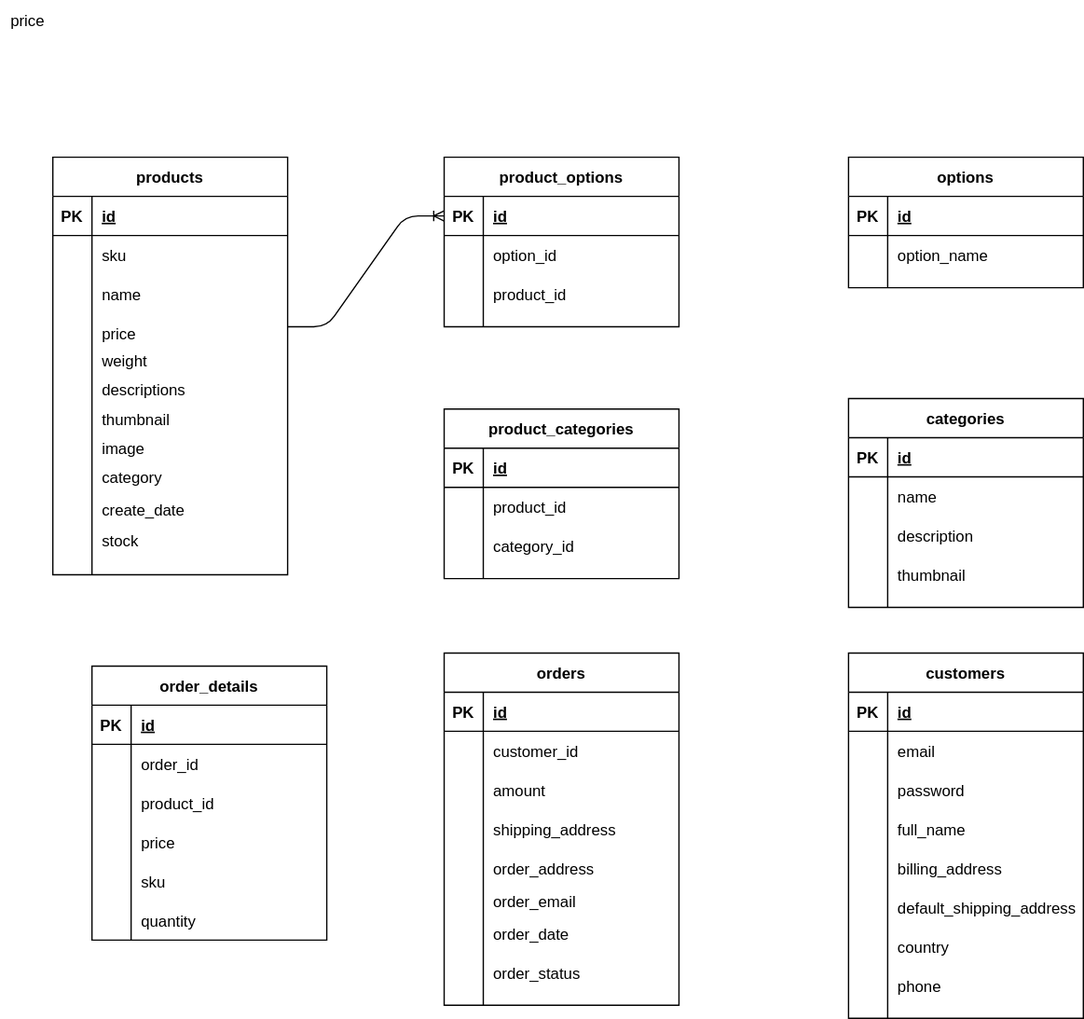
Above: Lesson 4 MSD.svg in amosTimi/Lesson_4 (draw.io), before the change. Source tidied: cells renumbered, new cells last; positions are measured from the earlier drawing's top-left corner, leaving out a move shared by most shapes.
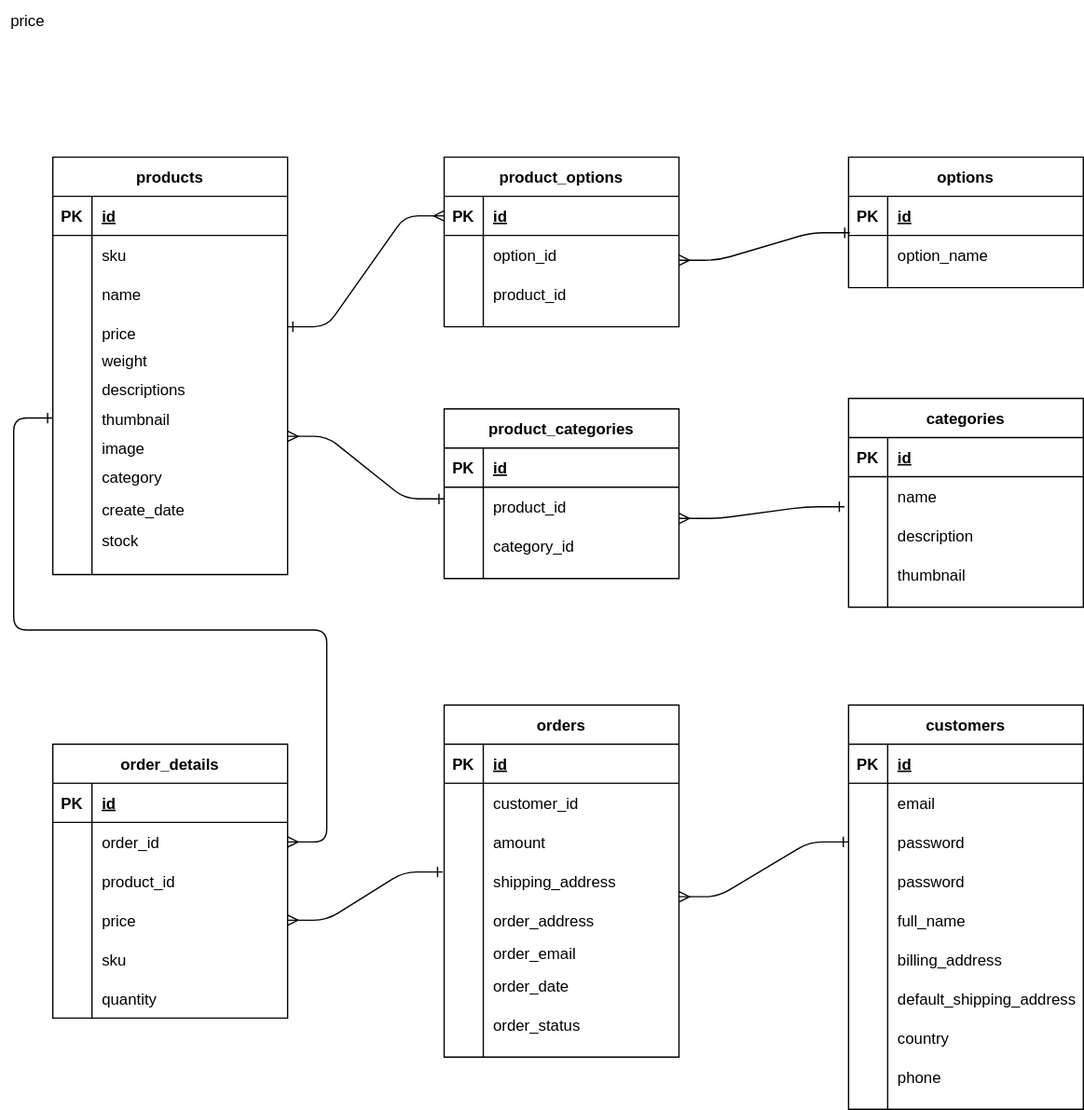
The same diagram one commit later.

The edit, as a diff of the source:
```diff
@@ -162,7 +162,7 @@
       <mxGeometry x="30" width="150" height="30" as="geometry" />
     </mxCell>
     <mxCell id="55" value="order_details" style="shape=table;startSize=30;rowLines=0;fontStyle=1;align=center;" parent="1" vertex="1">
-      <mxGeometry x="70" y="510" width="180" height="210" as="geometry" />
+      <mxGeometry x="40" y="570" width="180" height="210" as="geometry" />
     </mxCell>
     <mxCell id="56" style="shape=partialRectangle;fillColor=none;top=0;left=0;bottom=1;right=0;" parent="55" vertex="1">
       <mxGeometry y="30" width="180" height="30" as="geometry" />
@@ -219,7 +219,7 @@
       <mxGeometry x="30" width="150" height="30" as="geometry" />
     </mxCell>
     <mxCell id="74" value="orders" style="shape=table;startSize=30;rowLines=0;fontStyle=1;align=center;" parent="1" vertex="1">
-      <mxGeometry x="340" y="500" width="180" height="270" as="geometry" />
+      <mxGeometry x="340" y="540" width="180" height="270" as="geometry" />
     </mxCell>
     <mxCell id="75" style="shape=partialRectangle;fillColor=none;top=0;left=0;bottom=1;right=0;" parent="74" vertex="1">
       <mxGeometry y="30" width="180" height="30" as="geometry" />
@@ -294,7 +294,7 @@
       <mxGeometry x="30" width="150" height="30" as="geometry" />
     </mxCell>
     <mxCell id="99" value="customers" style="shape=table;startSize=30;rowLines=0;fontStyle=1;align=center;" parent="1" vertex="1">
-      <mxGeometry x="650" y="500" width="180" height="280" as="geometry" />
+      <mxGeometry x="650" y="540" width="180" height="310" as="geometry" />
     </mxCell>
     <mxCell id="100" style="shape=partialRectangle;fillColor=none;top=0;left=0;bottom=1;right=0;" parent="99" vertex="1">
       <mxGeometry y="30" width="180" height="30" as="geometry" />
@@ -314,8 +314,17 @@
     <mxCell id="105" value="email" style="shape=partialRectangle;fillColor=none;top=0;left=0;bottom=0;right=0;align=left;spacingLeft=6;overflow=hidden;" parent="103" vertex="1">
       <mxGeometry x="30" width="150" height="30" as="geometry" />
     </mxCell>
+    <mxCell id="133" style="shape=partialRectangle;fillColor=none;top=0;left=0;bottom=0;right=0;points=[[0,0.5],[1,0.5]];portConstraint=eastwest;" parent="99" vertex="1">
+      <mxGeometry y="90" width="180" height="30" as="geometry" />
+    </mxCell>
+    <mxCell id="134" style="shape=partialRectangle;fillColor=none;top=0;left=0;bottom=0;right=0;overflow=hidden;" parent="133" vertex="1">
+      <mxGeometry width="30" height="30" as="geometry" />
+    </mxCell>
+    <mxCell id="135" value="password" style="shape=partialRectangle;fillColor=none;top=0;left=0;bottom=0;right=0;align=left;spacingLeft=6;overflow=hidden;" parent="133" vertex="1">
+      <mxGeometry x="30" width="150" height="30" as="geometry" />
+    </mxCell>
     <mxCell id="106" style="shape=partialRectangle;fillColor=none;top=0;left=0;bottom=0;right=0;" parent="99" vertex="1">
-      <mxGeometry y="90" width="180" height="30" as="geometry" />
+      <mxGeometry y="120" width="180" height="30" as="geometry" />
     </mxCell>
     <mxCell id="107" style="shape=partialRectangle;fillColor=none;top=0;left=0;bottom=0;right=0;overflow=hidden;" parent="106" vertex="1">
       <mxGeometry width="30" height="30" as="geometry" />
@@ -324,7 +333,7 @@
       <mxGeometry x="30" width="150" height="30" as="geometry" />
     </mxCell>
     <mxCell id="109" style="shape=partialRectangle;fillColor=none;top=0;left=0;bottom=0;right=0;" parent="99" vertex="1">
-      <mxGeometry y="120" width="180" height="30" as="geometry" />
+      <mxGeometry y="150" width="180" height="30" as="geometry" />
     </mxCell>
     <mxCell id="110" style="shape=partialRectangle;fillColor=none;top=0;left=0;bottom=0;right=0;overflow=hidden;" parent="109" vertex="1">
       <mxGeometry width="30" height="30" as="geometry" />
@@ -333,7 +342,7 @@
       <mxGeometry x="30" width="150" height="30" as="geometry" />
     </mxCell>
     <mxCell id="112" style="shape=partialRectangle;fillColor=none;top=0;left=0;bottom=0;right=0;" parent="99" vertex="1">
-      <mxGeometry y="150" width="180" height="30" as="geometry" />
+      <mxGeometry y="180" width="180" height="30" as="geometry" />
     </mxCell>
     <mxCell id="113" style="shape=partialRectangle;fillColor=none;top=0;left=0;bottom=0;right=0;overflow=hidden;" parent="112" vertex="1">
       <mxGeometry width="30" height="30" as="geometry" />
@@ -342,7 +351,7 @@
       <mxGeometry x="30" width="150" height="30" as="geometry" />
     </mxCell>
     <mxCell id="115" style="shape=partialRectangle;fillColor=none;top=0;left=0;bottom=0;right=0;" parent="99" vertex="1">
-      <mxGeometry y="180" width="180" height="30" as="geometry" />
+      <mxGeometry y="210" width="180" height="30" as="geometry" />
     </mxCell>
     <mxCell id="116" style="shape=partialRectangle;fillColor=none;top=0;left=0;bottom=0;right=0;overflow=hidden;" parent="115" vertex="1">
       <mxGeometry width="30" height="30" as="geometry" />
@@ -351,7 +360,7 @@
       <mxGeometry x="30" width="150" height="30" as="geometry" />
     </mxCell>
     <mxCell id="118" style="shape=partialRectangle;fillColor=none;top=0;left=0;bottom=0;right=0;" parent="99" vertex="1">
-      <mxGeometry y="210" width="180" height="30" as="geometry" />
+      <mxGeometry y="240" width="180" height="30" as="geometry" />
     </mxCell>
     <mxCell id="119" style="shape=partialRectangle;fillColor=none;top=0;left=0;bottom=0;right=0;overflow=hidden;" parent="118" vertex="1">
       <mxGeometry width="30" height="30" as="geometry" />
@@ -360,7 +369,7 @@
       <mxGeometry x="30" width="150" height="30" as="geometry" />
     </mxCell>
     <mxCell id="121" style="shape=partialRectangle;fillColor=none;top=0;left=0;bottom=0;right=0;" parent="99" vertex="1">
-      <mxGeometry y="240" width="180" height="30" as="geometry" />
+      <mxGeometry y="270" width="180" height="30" as="geometry" />
     </mxCell>
     <mxCell id="122" style="shape=partialRectangle;fillColor=none;top=0;left=0;bottom=0;right=0;overflow=hidden;" parent="121" vertex="1">
       <mxGeometry width="30" height="30" as="geometry" />
@@ -392,10 +401,38 @@
     <mxCell id="131" value="stock" style="shape=partialRectangle;fillColor=none;top=0;left=0;bottom=0;right=0;align=left;spacingLeft=6;overflow=hidden;" parent="1" vertex="1">
       <mxGeometry x="70" y="399" width="150" height="30" as="geometry" />
     </mxCell>
-    <mxCell id="132" style="edgeStyle=entityRelationEdgeStyle;fontSize=12;html=1;endArrow=ERoneToMany;entryX=0;entryY=0.5;entryDx=0;entryDy=0;" parent="1" edge="1" target="16">
+    <mxCell id="132" style="edgeStyle=entityRelationEdgeStyle;fontSize=12;html=1;endArrow=ERmany;startArrow=ERone;" parent="1" edge="1" target="16">
       <mxGeometry relative="1" as="geometry">
         <mxPoint x="220" y="250" as="sourcePoint" />
       </mxGeometry>
     </mxCell>
+    <mxCell id="136" style="edgeStyle=entityRelationEdgeStyle;fontSize=12;html=1;startArrow=ERmany;endArrow=ERone;exitX=1;exitY=0.5;exitDx=0;exitDy=0;" parent="1" edge="1" source="59">
+      <mxGeometry relative="1" as="geometry">
+        <mxPoint x="40" y="320" as="targetPoint" />
+      </mxGeometry>
+    </mxCell>
+    <mxCell id="137" style="edgeStyle=entityRelationEdgeStyle;fontSize=12;html=1;startArrow=ERmany;endArrow=ERone;exitX=1;exitY=0.5;exitDx=0;exitDy=0;entryX=-0.006;entryY=0.267;entryDx=0;entryDy=0;entryPerimeter=0;" parent="1" edge="1" target="84">
+      <mxGeometry relative="1" as="geometry">
+        <mxPoint x="220" y="705" as="sourcePoint" />
+      </mxGeometry>
+    </mxCell>
+    <mxCell id="138" style="edgeStyle=entityRelationEdgeStyle;fontSize=12;html=1;startArrow=ERmany;endArrow=ERone;exitX=1;exitY=0.5;exitDx=0;exitDy=0;entryX=0;entryY=0.5;entryDx=0;entryDy=0;" parent="1" edge="1" target="133">
+      <mxGeometry relative="1" as="geometry">
+        <mxPoint x="520" y="687" as="sourcePoint" />
+      </mxGeometry>
+    </mxCell>
+    <mxCell id="139" style="edgeStyle=entityRelationEdgeStyle;fontSize=12;html=1;startArrow=ERmany;endArrow=ERone;exitX=1;exitY=0.8;exitDx=0;exitDy=0;entryX=-0.017;entryY=0.767;entryDx=0;entryDy=0;entryPerimeter=0;exitPerimeter=0;" parent="1" edge="1" source="49" target="36">
+      <mxGeometry relative="1" as="geometry" />
+    </mxCell>
+    <mxCell id="140" style="edgeStyle=entityRelationEdgeStyle;fontSize=12;html=1;startArrow=ERmany;endArrow=ERone;exitX=1;exitY=0.8;exitDx=0;exitDy=0;entryX=0.006;entryY=-0.067;entryDx=0;entryDy=0;entryPerimeter=0;exitPerimeter=0;" parent="1" edge="1" target="29">
+      <mxGeometry relative="1" as="geometry">
+        <mxPoint x="520" y="199" as="sourcePoint" />
+      </mxGeometry>
+    </mxCell>
+    <mxCell id="141" style="edgeStyle=entityRelationEdgeStyle;fontSize=12;html=1;startArrow=ERmany;endArrow=ERone;exitX=1;exitY=0.8;exitDx=0;exitDy=0;entryX=0;entryY=0.3;entryDx=0;entryDy=0;entryPerimeter=0;exitPerimeter=0;" parent="1" edge="1" target="49">
+      <mxGeometry relative="1" as="geometry">
+        <mxPoint x="220" y="334" as="sourcePoint" />
+      </mxGeometry>
+    </mxCell>
   </root>
 </mxGraphModel>
```
